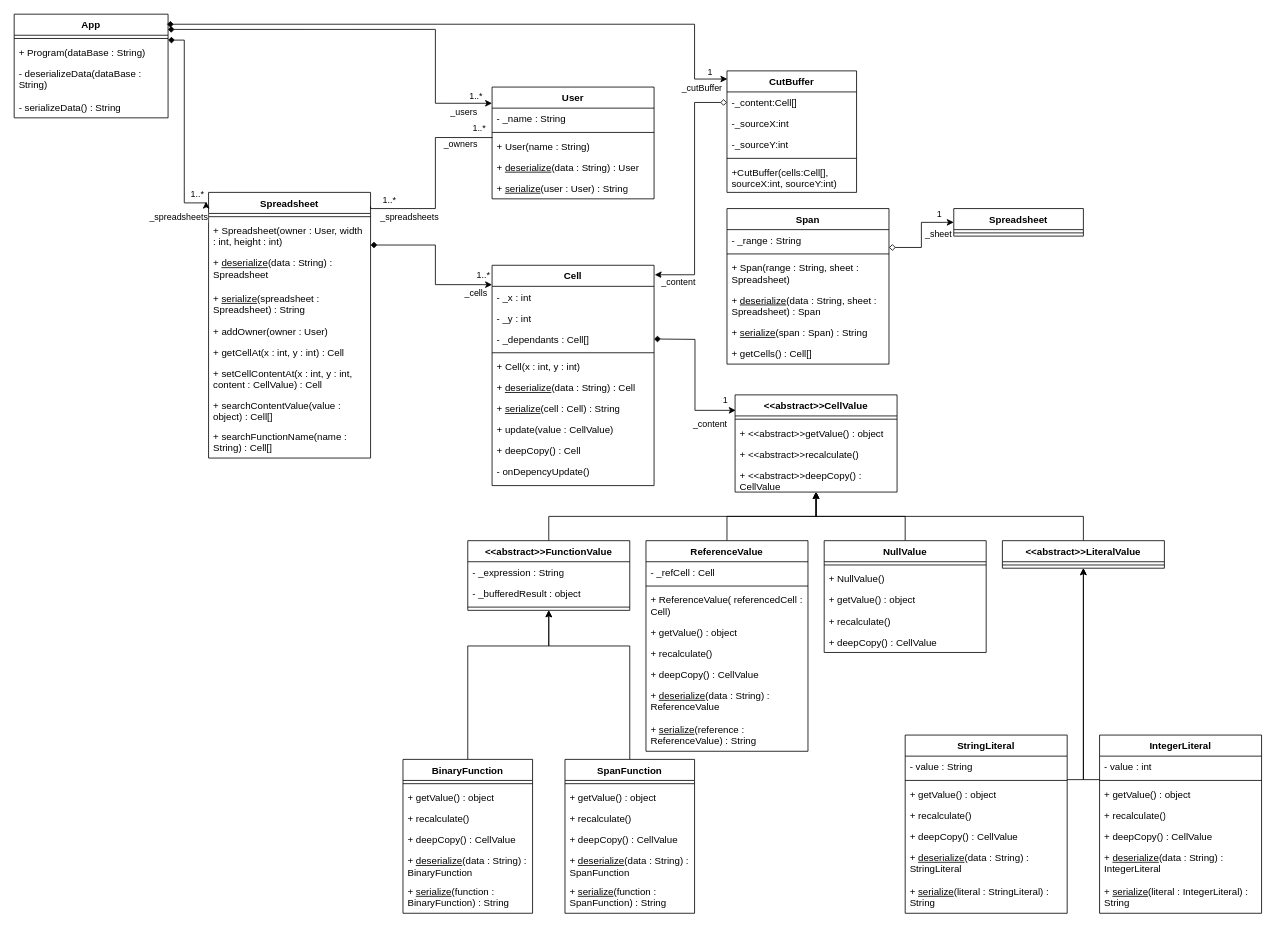
Earlier version of the draw.io diagram PO/UML.drawio (Enzo-Nunes/Projects). Source tidied: cells renumbered, new cells numbered last; positions are measured from the earlier drawing's top-left corner, leaving out a move shared by most shapes. Both pictures are drawn from the tidied source at 81%, with x=0, y=0 at pixel (14, 14).
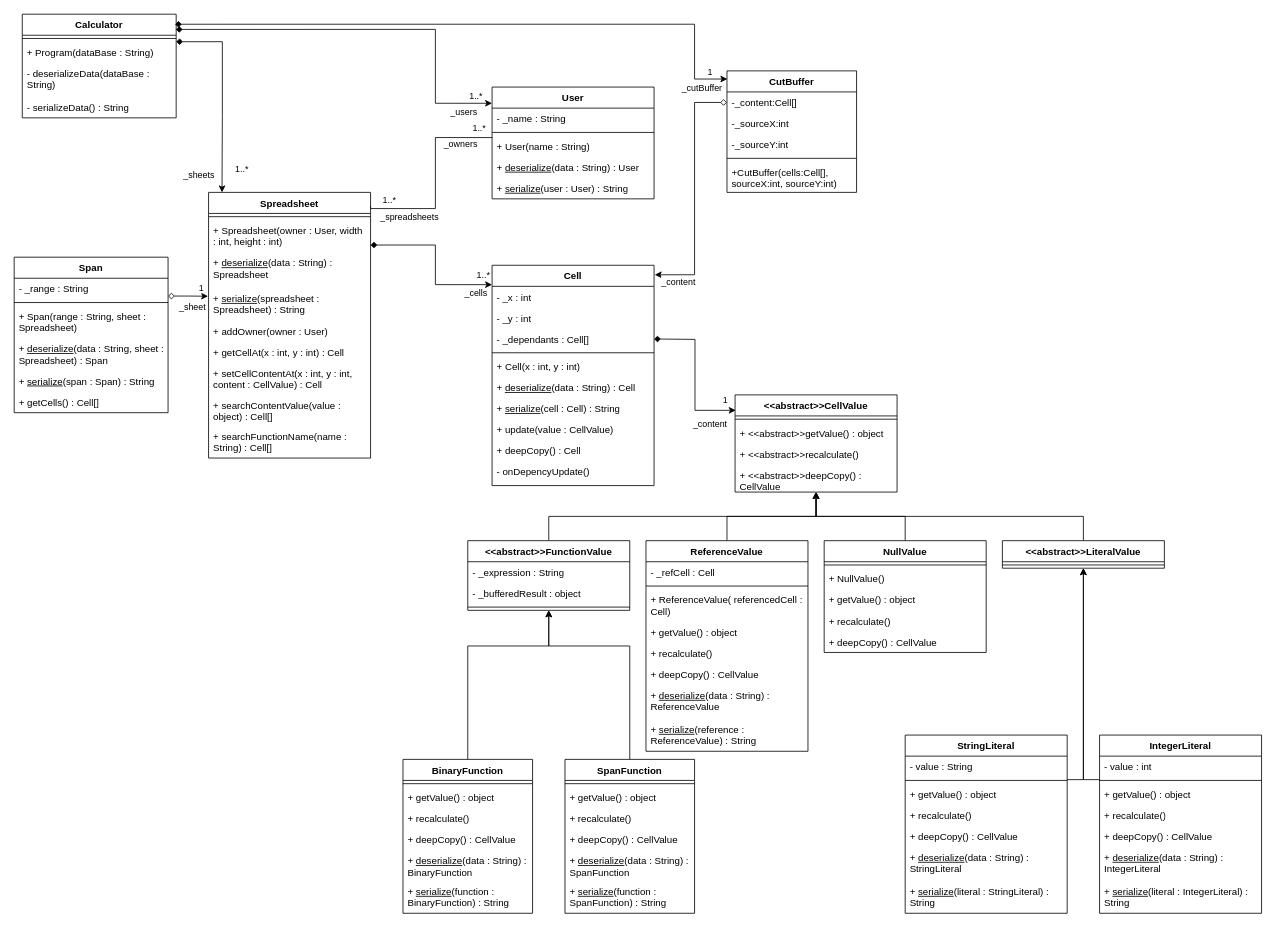
The same page after the edit.

Unchanged cells that the change refers to:
```xml
<mxCell id="13" value="Spreadsheet" style="swimlane;fontStyle=1;align=center;verticalAlign=top;horizontal=1;startSize=26;whiteSpace=wrap;html=1;" parent="1" vertex="1">
  <mxGeometry x="240" y="220" width="200" height="328" as="geometry" />
</mxCell>
<mxCell id="17" value="+ &lt;u&gt;serialize&lt;/u&gt;(spreadsheet : Spreadsheet) : String" style="text;strokeColor=none;fillColor=none;align=left;verticalAlign=top;spacingLeft=4;spacingRight=4;overflow=hidden;points=[[0,0.5],[1,0.5]];portConstraint=eastwest;whiteSpace=wrap;html=1;" parent="13" vertex="1">
  <mxGeometry y="118" width="200" height="40" as="geometry" />
</mxCell>
```

What changed in the source:
```diff
@@
-    <mxCell id="71" style="edgeStyle=orthogonalEdgeStyle;rounded=0;jettySize=auto;html=1;exitX=1;exitY=0.25;exitDx=0;exitDy=0;entryX=0;entryY=0.5;entryDx=0;entryDy=0;startArrow=diamond;startFill=0;" parent="1" edge="1" source="74" target="136">
+    <mxCell id="71" style="edgeStyle=orthogonalEdgeStyle;rounded=0;jettySize=auto;html=1;exitX=1;exitY=0.25;exitDx=0;exitDy=0;startArrow=diamond;startFill=0;entryX=-0.003;entryY=0.255;entryDx=0;entryDy=0;entryPerimeter=0;" parent="1" edge="1" source="74" target="17">
       <mxGeometry relative="1" as="geometry" />
     </mxCell>
@@
     <mxCell id="73" value="_sheet" style="edgeLabel;html=1;align=center;verticalAlign=middle;" parent="71" vertex="1">
       <mxGeometry x="0.51" y="-3" relative="1" as="geometry">
-        <mxPoint x="7" y="10" as="offset" />
+        <mxPoint x="-7" y="10" as="offset" />
       </mxGeometry>
     </mxCell>
     <mxCell id="74" value="Span" style="swimlane;fontStyle=1;align=center;verticalAlign=top;horizontal=1;startSize=26;whiteSpace=wrap;html=1;" parent="1" vertex="1">
-      <mxGeometry x="880" y="240" width="200" height="192" as="geometry" />
+      <mxGeometry y="300" width="190" height="192" as="geometry" />
     </mxCell>
     <mxCell id="75" value="- _range : String" style="text;strokeColor=none;fillColor=none;align=left;verticalAlign=top;spacingLeft=4;spacingRight=4;overflow=hidden;whiteSpace=wrap;html=1;" parent="74" vertex="1">
-      <mxGeometry y="26" width="200" height="26" as="geometry" />
+      <mxGeometry y="26" width="190" height="26" as="geometry" />
     </mxCell>
     <mxCell id="76" style="line;strokeWidth=1;fillColor=none;align=left;verticalAlign=middle;spacingTop=-1;spacingLeft=3;spacingRight=3;labelPosition=right;strokeColor=inherit;" parent="74" vertex="1">
-      <mxGeometry y="52" width="200" height="8" as="geometry" />
+      <mxGeometry y="52" width="190" height="8" as="geometry" />
     </mxCell>
     <mxCell id="77" value="+ Span(range : String, sheet : Spreadsheet)" style="text;strokeColor=none;fillColor=none;align=left;verticalAlign=top;spacingLeft=4;spacingRight=4;overflow=hidden;whiteSpace=wrap;html=1;" parent="74" vertex="1">
-      <mxGeometry y="60" width="200" height="40" as="geometry" />
+      <mxGeometry y="60" width="190" height="40" as="geometry" />
     </mxCell>
     <mxCell id="78" value="+ &lt;u&gt;deserialize&lt;/u&gt;(data : String, sheet : Spreadsheet) : Span" style="text;strokeColor=none;fillColor=none;align=left;verticalAlign=top;spacingLeft=4;spacingRight=4;overflow=hidden;whiteSpace=wrap;html=1;" parent="74" vertex="1">
-      <mxGeometry y="100" width="200" height="40" as="geometry" />
+      <mxGeometry y="100" width="190" height="40" as="geometry" />
     </mxCell>
     <mxCell id="79" value="+ &lt;u&gt;serialize&lt;/u&gt;(span : Span) : String" style="text;strokeColor=none;fillColor=none;align=left;verticalAlign=top;spacingLeft=4;spacingRight=4;overflow=hidden;whiteSpace=wrap;html=1;" parent="74" vertex="1">
-      <mxGeometry y="140" width="200" height="26" as="geometry" />
+      <mxGeometry y="140" width="190" height="26" as="geometry" />
     </mxCell>
     <mxCell id="80" value="+ getCells() : Cell[]" style="text;strokeColor=none;fillColor=none;align=left;verticalAlign=top;spacingLeft=4;spacingRight=4;overflow=hidden;whiteSpace=wrap;html=1;" parent="74" vertex="1">
-      <mxGeometry y="166" width="200" height="26" as="geometry" />
+      <mxGeometry y="166" width="190" height="26" as="geometry" />
     </mxCell>
@@
-    <mxCell id="93" value="App" style="swimlane;fontStyle=1;align=center;verticalAlign=top;horizontal=1;startSize=26;whiteSpace=wrap;html=1;" parent="1" vertex="1">
-      <mxGeometry width="190" height="128" as="geometry" />
+    <mxCell id="93" value="Calculator" style="swimlane;fontStyle=1;align=center;verticalAlign=top;horizontal=1;startSize=26;whiteSpace=wrap;html=1;" parent="1" vertex="1">
+      <mxGeometry x="10" width="190" height="128" as="geometry" />
     </mxCell>
@@
+    <mxCell id="138" style="edgeStyle=orthogonalEdgeStyle;rounded=0;jettySize=auto;html=1;entryX=0.083;entryY=0;entryDx=0;entryDy=0;entryPerimeter=0;startArrow=diamond;startFill=1;exitX=0.998;exitY=0.147;exitDx=0;exitDy=0;exitPerimeter=0;" parent="93" edge="1" target="13">
+      <mxGeometry relative="1" as="geometry">
+        <mxPoint x="190" y="34" as="sourcePoint" />
+        <Array as="points">
+          <mxPoint x="247" y="34" />
+          <mxPoint x="247" y="125" />
+        </Array>
+      </mxGeometry>
+    </mxCell>
@@
-    <mxCell id="109" style="edgeStyle=orthogonalEdgeStyle;rounded=0;jettySize=auto;html=1;entryX=-0.015;entryY=0.035;entryDx=0;entryDy=0;startArrow=diamond;startFill=1;entryPerimeter=0;exitX=1;exitY=0.25;exitDx=0;exitDy=0;" parent="1" edge="1" source="93" target="13">
-      <mxGeometry relative="1" as="geometry">
-        <Array as="points">
-          <mxPoint x="210" y="32" />
-          <mxPoint x="210" y="233" />
-        </Array>
-      </mxGeometry>
-    </mxCell>
-    <mxCell id="110" value="1..*" style="edgeLabel;html=1;align=center;verticalAlign=middle;" parent="109" vertex="1">
-      <mxGeometry x="0.8" y="-1" relative="1" as="geometry">
-        <mxPoint x="11" y="-13" as="offset" />
-      </mxGeometry>
-    </mxCell>
-    <mxCell id="111" value="_spreadsheets" style="edgeLabel;html=1;align=center;verticalAlign=middle;" parent="109" vertex="1">
-      <mxGeometry x="0.85" y="-1" relative="1" as="geometry">
-        <mxPoint x="-18" y="16" as="offset" />
-      </mxGeometry>
-    </mxCell>
@@
-    <mxCell id="136" value="Spreadsheet" style="swimlane;fontStyle=1;align=center;verticalAlign=top;horizontal=1;startSize=26;whiteSpace=wrap;html=1;" parent="1" vertex="1">
-      <mxGeometry x="1160" y="240" width="160" height="34" as="geometry" />
-    </mxCell>
-    <mxCell id="137" style="line;strokeWidth=1;fillColor=none;align=left;verticalAlign=middle;spacingTop=-1;spacingLeft=3;spacingRight=3;labelPosition=right;strokeColor=inherit;" parent="136" vertex="1">
-      <mxGeometry y="26" width="160" height="8" as="geometry" />
-    </mxCell>
+    <mxCell id="110" value="1..*" style="edgeLabel;html=1;align=center;verticalAlign=middle;" parent="1" vertex="1">
+      <mxGeometry x="280" y="190" as="geometry" />
+    </mxCell>
+    <mxCell id="139" value="_sheets" style="edgeLabel;html=1;align=center;verticalAlign=middle;" parent="1" vertex="1">
+      <mxGeometry x="220" y="200" as="geometry">
+        <mxPoint x="7" y="-2" as="offset" />
+      </mxGeometry>
+    </mxCell>
```
